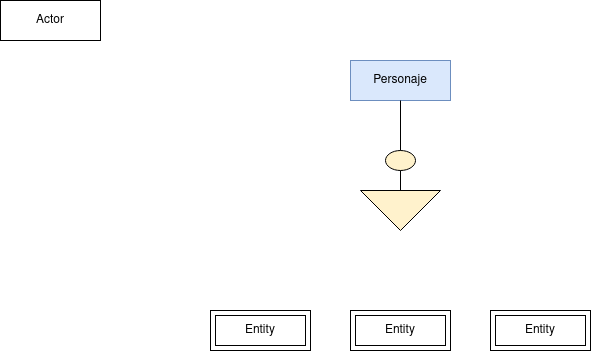
This is Unidad-1/Tareas/Tarea_Entregable-3/Diagrama Tarea Entregable 3.drawio.png from RafaelMayor/base-datos, a draw.io export, as it was before one commit. Source tidied: cells renumbered, new cells last; positions are measured from the earlier drawing's top-left corner, leaving out a move shared by most shapes.
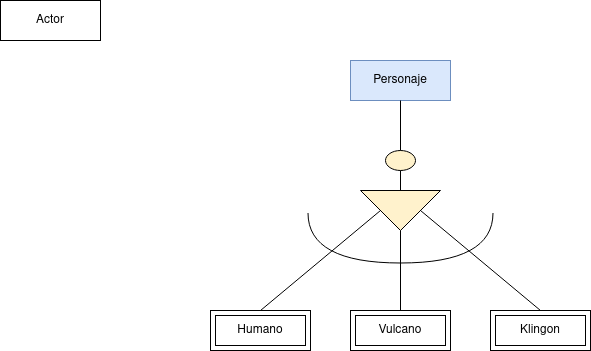
After the change.

The edit, as a diff of the source:
```diff
@@ -20,14 +20,26 @@
     <mxCell id="7" style="endArrow=none;html=1;rounded=0;entryX=0.5;entryY=1;entryDx=0;entryDy=0;exitX=0;exitY=0.5;exitDx=0;exitDy=0;" parent="1" edge="1" source="5" target="4">
       <mxGeometry relative="1" as="geometry" />
     </mxCell>
-    <mxCell id="8" value="Entity" style="shape=ext;margin=3;double=1;whiteSpace=wrap;html=1;align=center;" parent="1" vertex="1">
+    <mxCell id="8" value="Humano" style="shape=ext;margin=3;double=1;whiteSpace=wrap;html=1;align=center;" parent="1" vertex="1">
       <mxGeometry x="210" y="310" width="100" height="40" as="geometry" />
     </mxCell>
-    <mxCell id="9" value="Entity" style="shape=ext;margin=3;double=1;whiteSpace=wrap;html=1;align=center;" parent="1" vertex="1">
+    <mxCell id="9" value="Vulcano" style="shape=ext;margin=3;double=1;whiteSpace=wrap;html=1;align=center;" parent="1" vertex="1">
       <mxGeometry x="350" y="310" width="100" height="40" as="geometry" />
     </mxCell>
-    <mxCell id="10" value="Entity" style="shape=ext;margin=3;double=1;whiteSpace=wrap;html=1;align=center;" parent="1" vertex="1">
+    <mxCell id="10" value="Klingon" style="shape=ext;margin=3;double=1;whiteSpace=wrap;html=1;align=center;" parent="1" vertex="1">
       <mxGeometry x="490" y="310" width="100" height="40" as="geometry" />
     </mxCell>
+    <mxCell id="11" style="endArrow=none;html=1;rounded=0;entryX=1;entryY=0.5;entryDx=0;entryDy=0;exitX=0.5;exitY=0;exitDx=0;exitDy=0;" parent="1" edge="1" source="9" target="5">
+      <mxGeometry relative="1" as="geometry" />
+    </mxCell>
+    <mxCell id="12" style="endArrow=none;html=1;rounded=0;entryX=0.5;entryY=1;entryDx=0;entryDy=0;exitX=0.5;exitY=0;exitDx=0;exitDy=0;" parent="1" edge="1" source="8" target="5">
+      <mxGeometry relative="1" as="geometry" />
+    </mxCell>
+    <mxCell id="13" style="endArrow=none;html=1;rounded=0;entryX=0.5;entryY=0;entryDx=0;entryDy=0;exitX=0.5;exitY=0;exitDx=0;exitDy=0;" parent="1" edge="1" source="10" target="5">
+      <mxGeometry relative="1" as="geometry" />
+    </mxCell>
+    <mxCell id="14" style="shape=requiredInterface;html=1;verticalLabelPosition=bottom;sketch=0;rotation=90;" parent="1" vertex="1">
+      <mxGeometry x="375" y="145" width="50" height="185" as="geometry" />
+    </mxCell>
   </root>
 </mxGraphModel>
```
